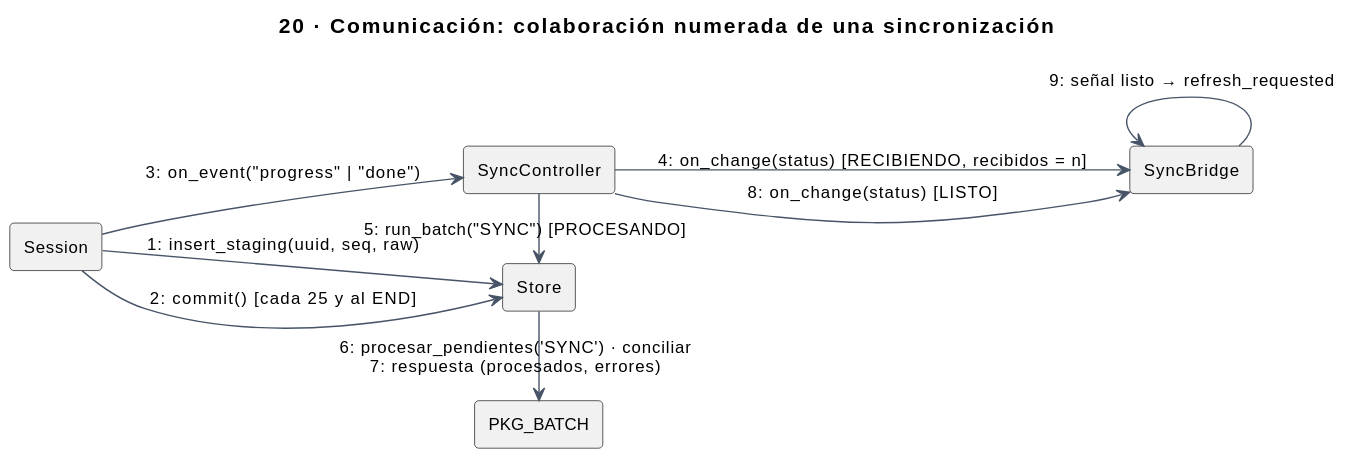
Earlier version of the PlantUML export docs/img/uml/20-comunicacion.svg (sebas-archive/kardex-bt).
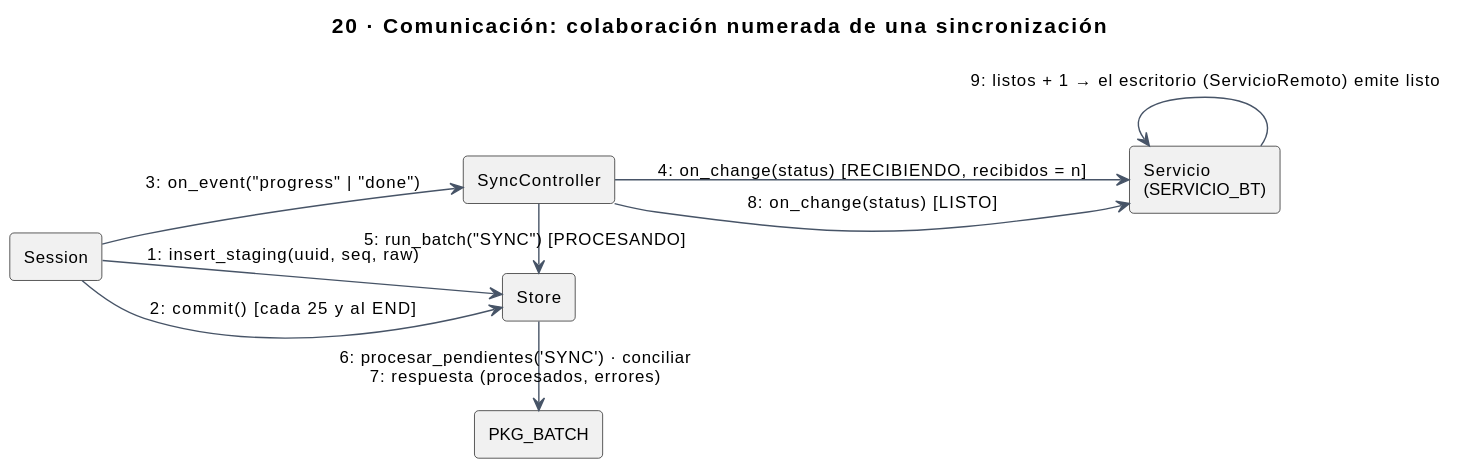
Above is the later version.

What changed in the source:
```diff
@@ -6,7 +6,7 @@
 rectangle "Session" as ses
 rectangle "Store" as st
 rectangle "SyncController" as ctrl
-rectangle "SyncBridge" as bridge
+rectangle "Servicio\n(SERVICIO_BT)" as bridge
 rectangle "PKG_BATCH" as pkg
 
 ses -right-> st : 1: insert_staging(uuid, seq, raw)
@@ -16,5 +16,5 @@
 ctrl -right-> st : 5: run_batch("SYNC")  [PROCESANDO]
 st -right-> pkg : 6: procesar_pendientes('SYNC') · conciliar\n7: respuesta (procesados, errores)
 ctrl -down-> bridge : 8: on_change(status)  [LISTO]
-bridge -up-> bridge : 9: señal listo → refresh_requested
+bridge -up-> bridge : 9: listos + 1 → el escritorio (ServicioRemoto) emite listo
 @enduml
```
